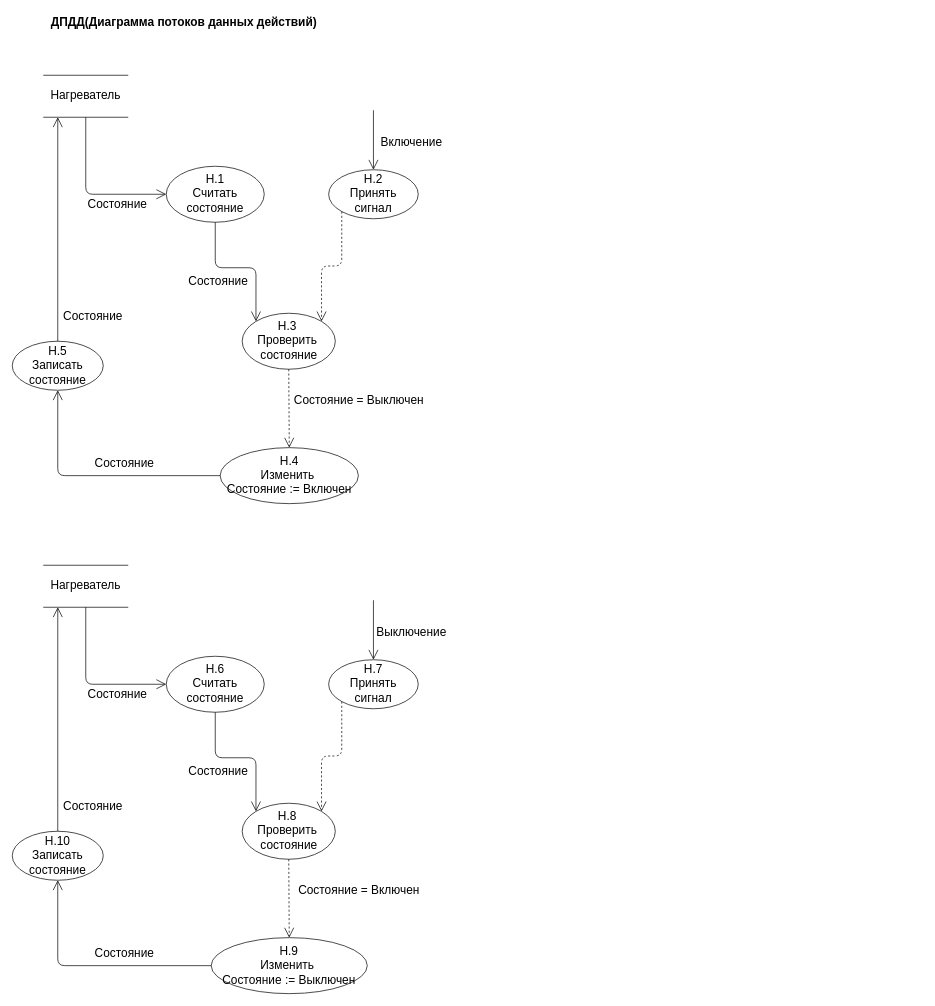
Earlier version of the draw.io diagram page "ДПДД" (4 of 5) of lab_05/Тостер.drawio (xanderkov/ics7-OOP). Source tidied: cells renumbered, new cells numbered last; positions are measured from the earlier drawing's top-left corner, leaving out a move shared by most shapes. Both pictures are drawn from the tidied source at 70%, with x=0, y=0 at pixel (12, 12).
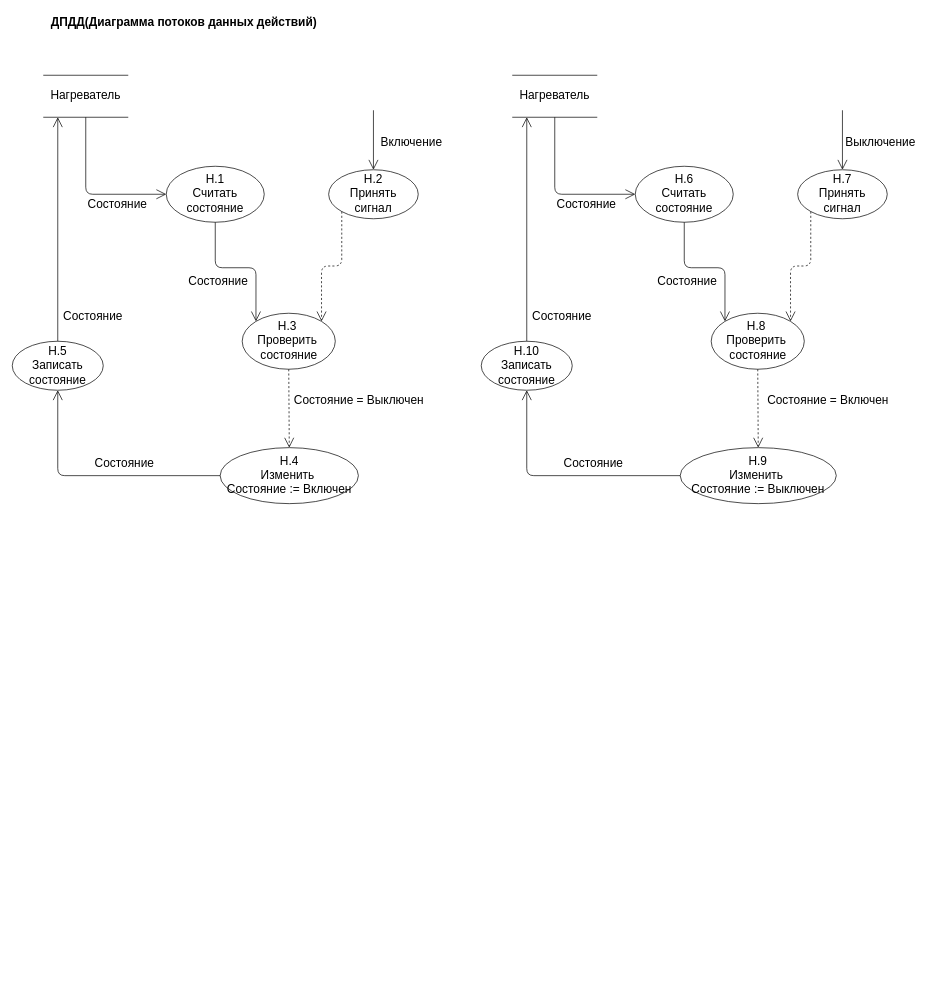
After the change.

The edit, as a diff of the source:
```diff
@@
     <mxCell id="22" value="Н.6&lt;br&gt;Считать состояние" style="ellipse;whiteSpace=wrap;html=1;align=center;fontSize=17;" parent="1" vertex="1">
-      <mxGeometry x="220" y="920" width="140" height="80" as="geometry" />
+      <mxGeometry x="890" y="220" width="140" height="80" as="geometry" />
     </mxCell>
     <mxCell id="23" value="Нагреватель" style="shape=partialRectangle;whiteSpace=wrap;html=1;left=0;right=0;fillColor=none;fontSize=17;" parent="1" vertex="1">
-      <mxGeometry x="45" y="790" width="120" height="60" as="geometry" />
+      <mxGeometry x="715" y="90" width="120" height="60" as="geometry" />
     </mxCell>
@@
-    <mxCell id="25" value="Состояние" style="text;html=1;align=center;verticalAlign=middle;fontSize=17;" parent="1" vertex="1">
-      <mxGeometry x="100" y="960" width="100" height="30" as="geometry" />
-    </mxCell>
+    <mxCell id="41" value="Состояние" style="text;html=1;align=center;verticalAlign=middle;fontSize=17;" parent="1" vertex="1">
+      <mxGeometry x="770" y="260" width="100" height="30" as="geometry" />
+    </mxCell>
     <mxCell id="26" value="Н.7&lt;br&gt;Принять &lt;br&gt;сигнал" style="ellipse;whiteSpace=wrap;html=1;align=center;fontSize=17;" parent="1" vertex="1">
-      <mxGeometry x="452" y="925" width="128" height="70" as="geometry" />
+      <mxGeometry x="1122" y="225" width="128" height="70" as="geometry" />
     </mxCell>
-    <mxCell id="27" style="endArrow=open;endFill=1;endSize=12;html=1;fontSize=17;entryX=0.5;entryY=0;entryDx=0;entryDy=0;" parent="1" edge="1" target="26">
-      <mxGeometry relative="1" as="geometry">
-        <mxPoint x="516" y="840" as="sourcePoint" />
-      </mxGeometry>
-    </mxCell>
+    <mxCell id="42" style="endArrow=open;endFill=1;endSize=12;html=1;fontSize=17;entryX=0.5;entryY=0;entryDx=0;entryDy=0;" parent="1" edge="1" target="26">
+      <mxGeometry relative="1" as="geometry">
+        <mxPoint x="1186" y="140" as="sourcePoint" />
+      </mxGeometry>
+    </mxCell>
     <mxCell id="28" value="Н.9&lt;br&gt;Изменить&amp;nbsp;&lt;br&gt;Состояние := Выключен" style="ellipse;whiteSpace=wrap;html=1;align=center;fontSize=17;" parent="1" vertex="1">
-      <mxGeometry x="284.2" y="1322" width="223" height="80" as="geometry" />
+      <mxGeometry x="954.2" y="622" width="223" height="80" as="geometry" />
     </mxCell>
     <mxCell id="29" value="Н.8&amp;nbsp;&lt;br&gt;Проверить&amp;nbsp;&lt;br&gt;состояние" style="ellipse;whiteSpace=wrap;html=1;align=center;fontSize=17;" parent="1" vertex="1">
-      <mxGeometry x="328.5" y="1130" width="133" height="80" as="geometry" />
+      <mxGeometry x="998.5" y="430" width="133" height="80" as="geometry" />
     </mxCell>
     <mxCell id="30" value="Выключение" style="text;html=1;align=center;verticalAlign=middle;fontSize=17;" parent="1" vertex="1">
-      <mxGeometry x="510" y="872" width="120" height="30" as="geometry" />
+      <mxGeometry x="1180" y="172" width="120" height="30" as="geometry" />
     </mxCell>
@@
-    <mxCell id="32" value="Состояние" style="text;html=1;align=center;verticalAlign=middle;fontSize=17;" parent="1" vertex="1">
-      <mxGeometry x="244" y="1070" width="100" height="30" as="geometry" />
-    </mxCell>
+    <mxCell id="43" value="Состояние" style="text;html=1;align=center;verticalAlign=middle;fontSize=17;" parent="1" vertex="1">
+      <mxGeometry x="914" y="370" width="100" height="30" as="geometry" />
+    </mxCell>
@@
     <mxCell id="35" value="Состояние = Включен" style="text;html=1;align=center;verticalAlign=middle;fontSize=17;" parent="1" vertex="1">
-      <mxGeometry x="400" y="1240" width="190" height="30" as="geometry" />
+      <mxGeometry x="1070" y="540" width="190" height="30" as="geometry" />
     </mxCell>
     <mxCell id="36" value="Н.10&lt;br&gt;Записать&lt;br&gt;состояние" style="ellipse;whiteSpace=wrap;html=1;align=center;fontSize=17;" parent="1" vertex="1">
-      <mxGeometry y="1170" width="130" height="70" as="geometry" />
+      <mxGeometry x="670" y="470" width="130" height="70" as="geometry" />
     </mxCell>
     <mxCell id="37" style="endArrow=open;endFill=1;endSize=12;html=1;fontSize=17;exitX=0;exitY=0.5;exitDx=0;exitDy=0;entryX=0.5;entryY=1;entryDx=0;entryDy=0;edgeStyle=orthogonalEdgeStyle;" parent="1" edge="1" source="28" target="36">
       <mxGeometry relative="1" as="geometry">
         <Array as="points">
-          <mxPoint x="65" y="1362" />
+          <mxPoint x="735" y="662" />
         </Array>
       </mxGeometry>
     </mxCell>
-    <mxCell id="38" value="Состояние" style="text;html=1;align=center;verticalAlign=middle;fontSize=17;" parent="1" vertex="1">
-      <mxGeometry x="110" y="1330" width="100" height="30" as="geometry" />
-    </mxCell>
+    <mxCell id="44" value="Состояние" style="text;html=1;align=center;verticalAlign=middle;fontSize=17;" parent="1" vertex="1">
+      <mxGeometry x="780" y="630" width="100" height="30" as="geometry" />
+    </mxCell>
@@
-    <mxCell id="40" value="Состояние" style="text;html=1;align=center;verticalAlign=middle;fontSize=17;" parent="1" vertex="1">
-      <mxGeometry x="65" y="1120" width="100" height="30" as="geometry" />
-    </mxCell>
+    <mxCell id="45" value="Состояние" style="text;html=1;align=center;verticalAlign=middle;fontSize=17;" parent="1" vertex="1">
+      <mxGeometry x="735" y="420" width="100" height="30" as="geometry" />
+    </mxCell>
```
